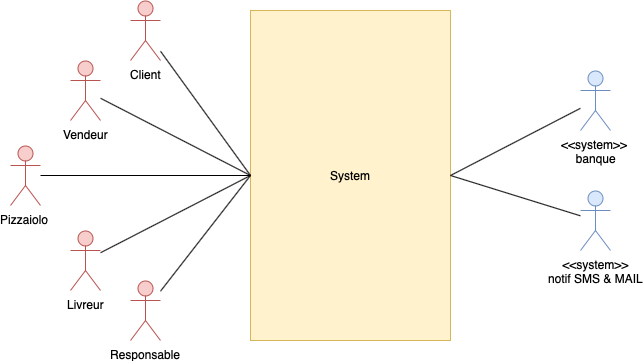
This is PNG/Untitled Diagram_Context.drawio-2-3-5 00.36.11-Diagram-context.png from AxlMi/OC_Project4, a draw.io export, as it was before one commit. Source tidied: cells renumbered, new cells last; positions are measured from the earlier drawing's top-left corner, leaving out a move shared by most shapes. Source of this version:
```xml
<mxGraphModel>
  <root>
    <mxCell id="0" />
    <mxCell id="1" parent="0" />
    <mxCell id="2" value="System" style="html=1;strokeColor=#d6b656;fillColor=#fff2cc;" parent="1" vertex="1">
      <mxGeometry x="240" y="10" width="200" height="330" as="geometry" />
    </mxCell>
    <mxCell id="3" style="rounded=0;jettySize=auto;html=1;startArrow=none;startFill=0;endArrow=none;endFill=0;entryX=0;entryY=0.5;entryDx=0;entryDy=0;" parent="1" edge="1" source="4" target="2">
      <mxGeometry relative="1" as="geometry" />
    </mxCell>
    <mxCell id="4" value="Client&lt;br&gt;" style="shape=umlActor;verticalLabelPosition=bottom;labelBackgroundColor=#ffffff;verticalAlign=top;html=1;strokeColor=#b85450;fillColor=#f8cecc;" parent="1" vertex="1">
      <mxGeometry x="120" width="30" height="60" as="geometry" />
    </mxCell>
    <mxCell id="5" style="edgeStyle=none;rounded=0;jettySize=auto;html=1;entryX=0;entryY=0.5;entryDx=0;entryDy=0;startArrow=none;startFill=0;endArrow=none;endFill=0;" parent="1" edge="1" source="6" target="2">
      <mxGeometry relative="1" as="geometry" />
    </mxCell>
    <mxCell id="6" value="Vendeur&lt;br&gt;" style="shape=umlActor;verticalLabelPosition=bottom;labelBackgroundColor=#ffffff;verticalAlign=top;html=1;strokeColor=#b85450;fillColor=#f8cecc;" parent="1" vertex="1">
      <mxGeometry x="60" y="60" width="30" height="60" as="geometry" />
    </mxCell>
    <mxCell id="7" style="edgeStyle=none;rounded=0;jettySize=auto;html=1;startArrow=none;startFill=0;endArrow=none;endFill=0;" parent="1" edge="1" source="8" target="2">
      <mxGeometry relative="1" as="geometry" />
    </mxCell>
    <mxCell id="8" value="&lt;span&gt;Pizzaiolo&amp;nbsp;&lt;/span&gt;&lt;br&gt;" style="shape=umlActor;verticalLabelPosition=bottom;labelBackgroundColor=#ffffff;verticalAlign=top;html=1;strokeColor=#b85450;fillColor=#f8cecc;" parent="1" vertex="1">
      <mxGeometry y="145" width="30" height="60" as="geometry" />
    </mxCell>
    <mxCell id="9" style="edgeStyle=none;rounded=0;jettySize=auto;html=1;startArrow=none;startFill=0;endArrow=none;endFill=0;entryX=0;entryY=0.5;entryDx=0;entryDy=0;" parent="1" edge="1" source="10" target="2">
      <mxGeometry relative="1" as="geometry" />
    </mxCell>
    <mxCell id="10" value="Livreur" style="shape=umlActor;verticalLabelPosition=bottom;labelBackgroundColor=#ffffff;verticalAlign=top;html=1;strokeColor=#b85450;fillColor=#f8cecc;" parent="1" vertex="1">
      <mxGeometry x="60" y="230" width="30" height="60" as="geometry" />
    </mxCell>
    <mxCell id="11" style="edgeStyle=none;rounded=0;jettySize=auto;html=1;entryX=0;entryY=0.5;entryDx=0;entryDy=0;startArrow=none;startFill=0;endArrow=none;endFill=0;" parent="1" edge="1" source="12" target="2">
      <mxGeometry relative="1" as="geometry" />
    </mxCell>
    <mxCell id="12" value="Responsable" style="shape=umlActor;verticalLabelPosition=bottom;labelBackgroundColor=#ffffff;verticalAlign=top;html=1;strokeColor=#b85450;fillColor=#f8cecc;" parent="1" vertex="1">
      <mxGeometry x="120" y="280" width="30" height="60" as="geometry" />
    </mxCell>
    <mxCell id="13" style="edgeStyle=none;rounded=0;jettySize=auto;html=1;entryX=1;entryY=0.5;entryDx=0;entryDy=0;startArrow=none;startFill=0;endArrow=none;endFill=0;" parent="1" edge="1" source="14" target="2">
      <mxGeometry relative="1" as="geometry" />
    </mxCell>
    <mxCell id="14" value="&amp;lt;&amp;lt;system&amp;gt;&amp;gt;&amp;nbsp;&lt;br&gt;banque&lt;br&gt;" style="shape=umlActor;verticalLabelPosition=bottom;labelBackgroundColor=#ffffff;verticalAlign=top;html=1;strokeColor=#6c8ebf;fillColor=#dae8fc;" parent="1" vertex="1">
      <mxGeometry x="570" y="70" width="30" height="60" as="geometry" />
    </mxCell>
    <mxCell id="15" style="edgeStyle=none;rounded=0;jettySize=auto;html=1;entryX=1;entryY=0.5;entryDx=0;entryDy=0;startArrow=none;startFill=0;endArrow=none;endFill=0;" parent="1" edge="1" source="16" target="2">
      <mxGeometry relative="1" as="geometry" />
    </mxCell>
    <mxCell id="16" value="&amp;lt;&amp;lt;system&amp;gt;&amp;gt;&lt;br&gt;notif SMS &amp;amp; MAIL&lt;br&gt;" style="shape=umlActor;verticalLabelPosition=bottom;labelBackgroundColor=#ffffff;verticalAlign=top;html=1;strokeColor=#6c8ebf;fillColor=#dae8fc;" parent="1" vertex="1">
      <mxGeometry x="570" y="190" width="30" height="60" as="geometry" />
    </mxCell>
  </root>
</mxGraphModel>
```
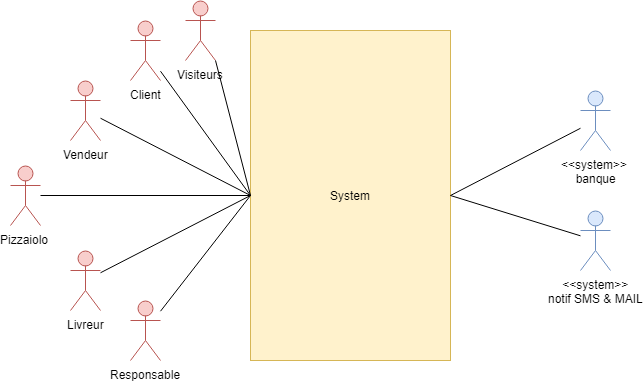
Above is the later version.

Diff of the diagram source:
```diff
@@ -47,5 +47,11 @@
     <mxCell id="16" value="&amp;lt;&amp;lt;system&amp;gt;&amp;gt;&lt;br&gt;notif SMS &amp;amp; MAIL&lt;br&gt;" style="shape=umlActor;verticalLabelPosition=bottom;labelBackgroundColor=#ffffff;verticalAlign=top;html=1;strokeColor=#6c8ebf;fillColor=#dae8fc;" parent="1" vertex="1">
       <mxGeometry x="570" y="190" width="30" height="60" as="geometry" />
     </mxCell>
+    <mxCell id="17" value="Visiteurs&lt;br&gt;" style="shape=umlActor;verticalLabelPosition=bottom;labelBackgroundColor=#ffffff;verticalAlign=top;html=1;strokeColor=#b85450;fillColor=#f8cecc;" parent="1" vertex="1">
+      <mxGeometry x="175" y="-20" width="30" height="60" as="geometry" />
+    </mxCell>
+    <mxCell id="18" style="rounded=0;jettySize=auto;html=1;startArrow=none;startFill=0;endArrow=none;endFill=0;entryX=0;entryY=0.5;entryDx=0;entryDy=0;exitX=1;exitY=1;exitDx=0;exitDy=0;exitPerimeter=0;" parent="1" edge="1" source="17" target="2">
+      <mxGeometry relative="1" as="geometry" />
+    </mxCell>
   </root>
 </mxGraphModel>
```
